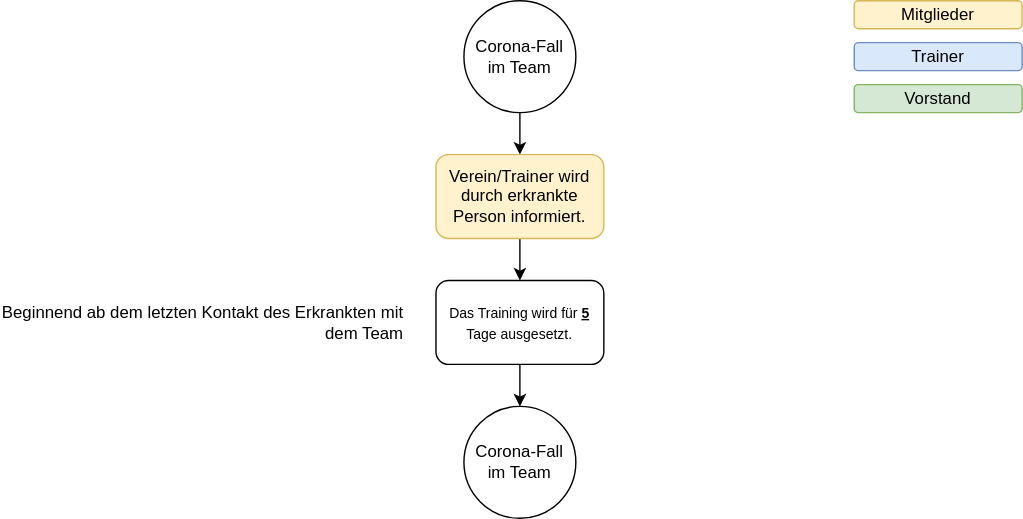
Above: src/img/ablauf2.svg in faebulicious/uhcwr_corona (draw.io), before the change. Source tidied: cells renumbered, new cells last; positions are measured from the earlier drawing's top-left corner, leaving out a move shared by most shapes.
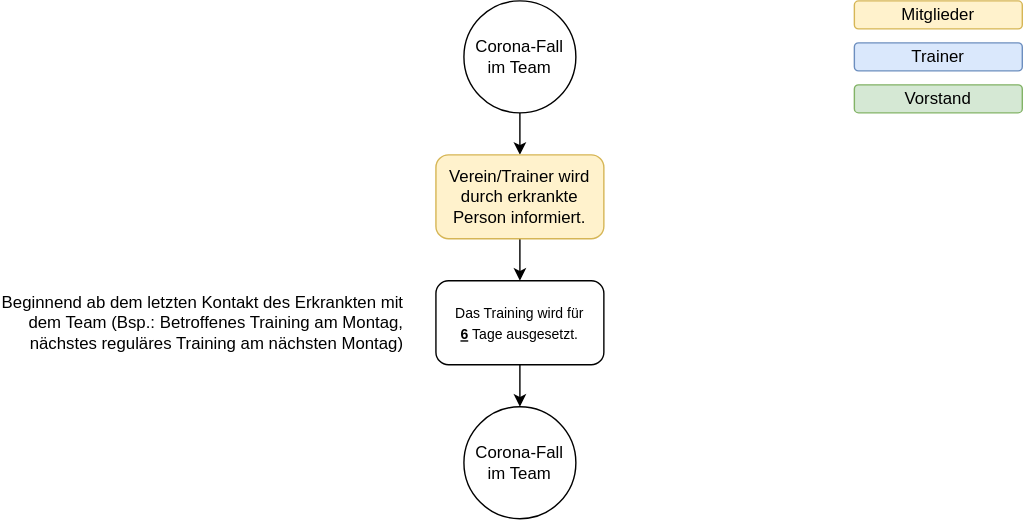
After the change.

What changed in the source:
```diff
@@ -5,10 +5,10 @@
     <mxCell id="2" style="edgeStyle=orthogonalEdgeStyle;rounded=0;jettySize=auto;html=1;" parent="1" edge="1" source="3" target="9">
       <mxGeometry relative="1" as="geometry" />
     </mxCell>
-    <mxCell id="3" value="&lt;font size=&quot;1&quot;&gt;Das Training wird für &lt;b&gt;&lt;u&gt;5&lt;/u&gt;&lt;/b&gt; Tage ausgesetzt.&lt;/font&gt;" style="rounded=1;whiteSpace=wrap;html=1;" parent="1" vertex="1">
+    <mxCell id="3" value="&lt;font size=&quot;1&quot;&gt;Das Training wird für &lt;b&gt;&lt;u&gt;6&lt;/u&gt;&lt;/b&gt;&amp;nbsp;Tage ausgesetzt.&lt;/font&gt;" style="rounded=1;whiteSpace=wrap;html=1;" parent="1" vertex="1">
       <mxGeometry x="311" y="200" width="120" height="60" as="geometry" />
     </mxCell>
-    <mxCell id="4" value="Beginnend ab dem letzten Kontakt des Erkrankten mit dem Team" style="text;html=1;fillColor=none;align=right;verticalAlign=middle;whiteSpace=wrap;rounded=0;shadow=0;" parent="1" vertex="1">
+    <mxCell id="4" value="Beginnend ab dem letzten Kontakt des Erkrankten mit dem Team (Bsp.: Betroffenes Training am Montag, nächstes reguläres Training am nächsten Montag)" style="text;html=1;fillColor=none;align=right;verticalAlign=middle;whiteSpace=wrap;rounded=0;shadow=0;" parent="1" vertex="1">
       <mxGeometry y="220" width="290" height="20" as="geometry" />
     </mxCell>
     <mxCell id="5" style="edgeStyle=orthogonalEdgeStyle;rounded=0;jettySize=auto;html=1;" parent="1" edge="1" source="6" target="8">
```
